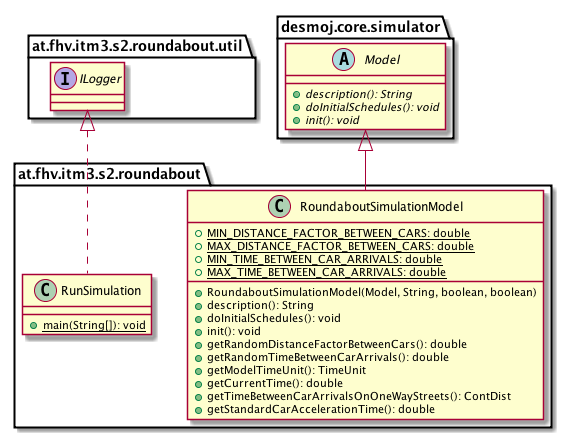
The PlantUML diagram images/uml-class/at.fhv.itm3.s2.roundabout.package.png in sereGkaluv/Roundabout-Simulation-Library, before a commit.
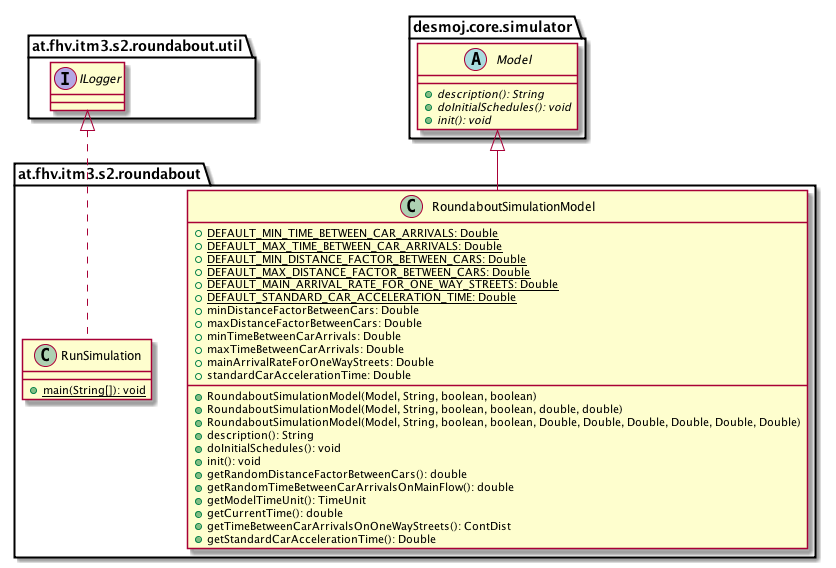
The same file after the commit.

Commit message:
no model in structure

What changed in the source:
```diff
@@ -7,20 +7,30 @@
         }
 
         class RoundaboutSimulationModel [[../../../../../at/fhv/itm3/s2/roundabout/RoundaboutSimulationModel.html]] {
-            {static} +MIN_DISTANCE_FACTOR_BETWEEN_CARS: double
-            {static} +MAX_DISTANCE_FACTOR_BETWEEN_CARS: double
-            {static} +MIN_TIME_BETWEEN_CAR_ARRIVALS: double
-            {static} +MAX_TIME_BETWEEN_CAR_ARRIVALS: double
+            {static} +DEFAULT_MIN_TIME_BETWEEN_CAR_ARRIVALS: Double
+            {static} +DEFAULT_MAX_TIME_BETWEEN_CAR_ARRIVALS: Double
+            {static} +DEFAULT_MIN_DISTANCE_FACTOR_BETWEEN_CARS: Double
+            {static} +DEFAULT_MAX_DISTANCE_FACTOR_BETWEEN_CARS: Double
+            {static} +DEFAULT_MAIN_ARRIVAL_RATE_FOR_ONE_WAY_STREETS: Double
+            {static} +DEFAULT_STANDARD_CAR_ACCELERATION_TIME: Double
+            +minDistanceFactorBetweenCars: Double
+            +maxDistanceFactorBetweenCars: Double
+            +minTimeBetweenCarArrivals: Double
+            +maxTimeBetweenCarArrivals: Double
+            +mainArrivalRateForOneWayStreets: Double
+            +standardCarAccelerationTime: Double
             +RoundaboutSimulationModel(Model, String, boolean, boolean)
+            +RoundaboutSimulationModel(Model, String, boolean, boolean, double, double)
+            +RoundaboutSimulationModel(Model, String, boolean, boolean, Double, Double, Double, Double, Double, Double)
             +description(): String
             +doInitialSchedules(): void
             +init(): void
             +getRandomDistanceFactorBetweenCars(): double
-            +getRandomTimeBetweenCarArrivals(): double
+            +getRandomTimeBetweenCarArrivalsOnMainFlow(): double
             +getModelTimeUnit(): TimeUnit
             +getCurrentTime(): double
             +getTimeBetweenCarArrivalsOnOneWayStreets(): ContDist
-            +getStandardCarAccelerationTime(): double
+            +getStandardCarAccelerationTime(): Double
         }
 
         interface at.fhv.itm3.s2.roundabout.util.ILogger
```
